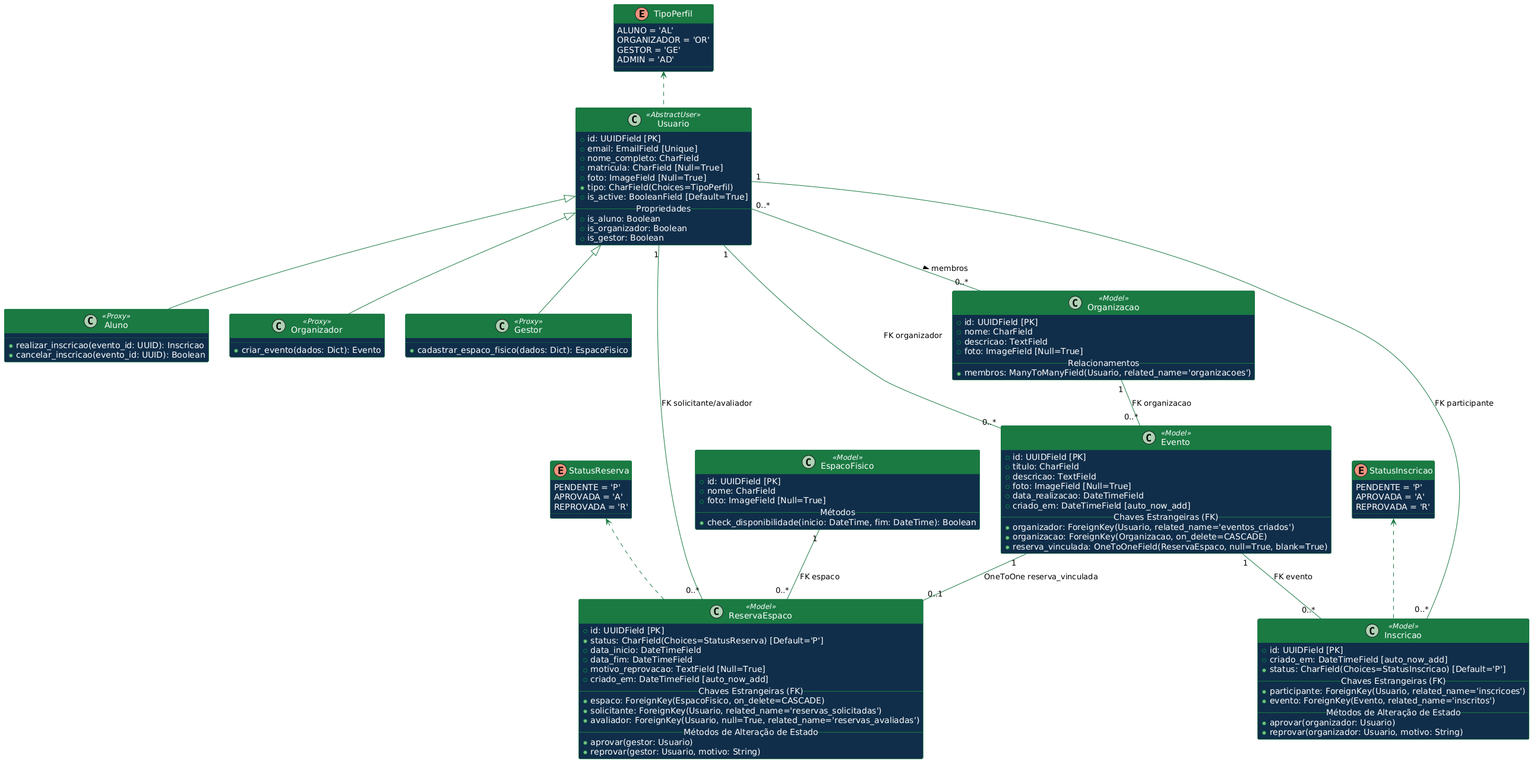
FGA0138-MDS-Ajax/2026.1-T01-Dijkstra keeps this PlantUML diagram as docs/imagens/diagramas/sigesporte_diagrama_de_classes.png. Above is the earlier version.
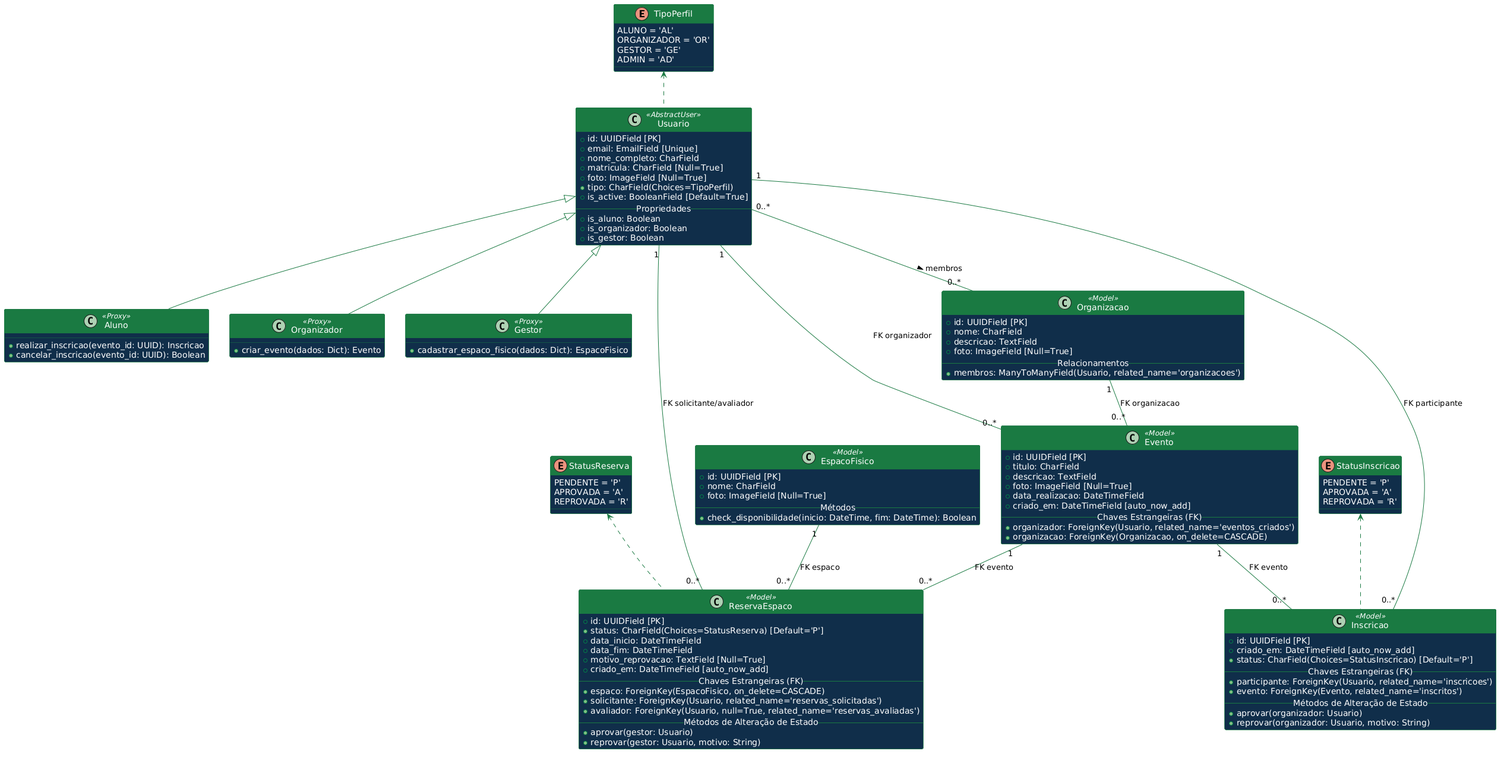
The same diagram one commit later.

Commit message:
Altera a relação Evento-Reserva para FK nos diagramas

The edit, as a diff of the source:
```diff
@@ -111,7 +111,6 @@
     -- Chaves Estrangeiras (FK) --
     + organizador: ForeignKey(Usuario, related_name='eventos_criados')
     + organizacao: ForeignKey(Organizacao, on_delete=CASCADE)
-    + reserva_vinculada: OneToOneField(ReservaEspaco, null=True, blank=True)
 }
 
 class Inscricao <<Model>> {
@@ -139,7 +138,7 @@
 Usuario "1" -- "0..*" ReservaEspaco : FK solicitante/avaliador
 Usuario "1" -- "0..*" Evento : FK organizador
 Organizacao "1" -- "0..*" Evento : FK organizacao
-Evento "1" -- "0..1" ReservaEspaco : OneToOne reserva_vinculada
+Evento "1" -- "0..*" ReservaEspaco : FK evento
 Usuario "1" -- "0..*" Inscricao : FK participante
 Evento "1" -- "0..*" Inscricao : FK evento
 @enduml
```
